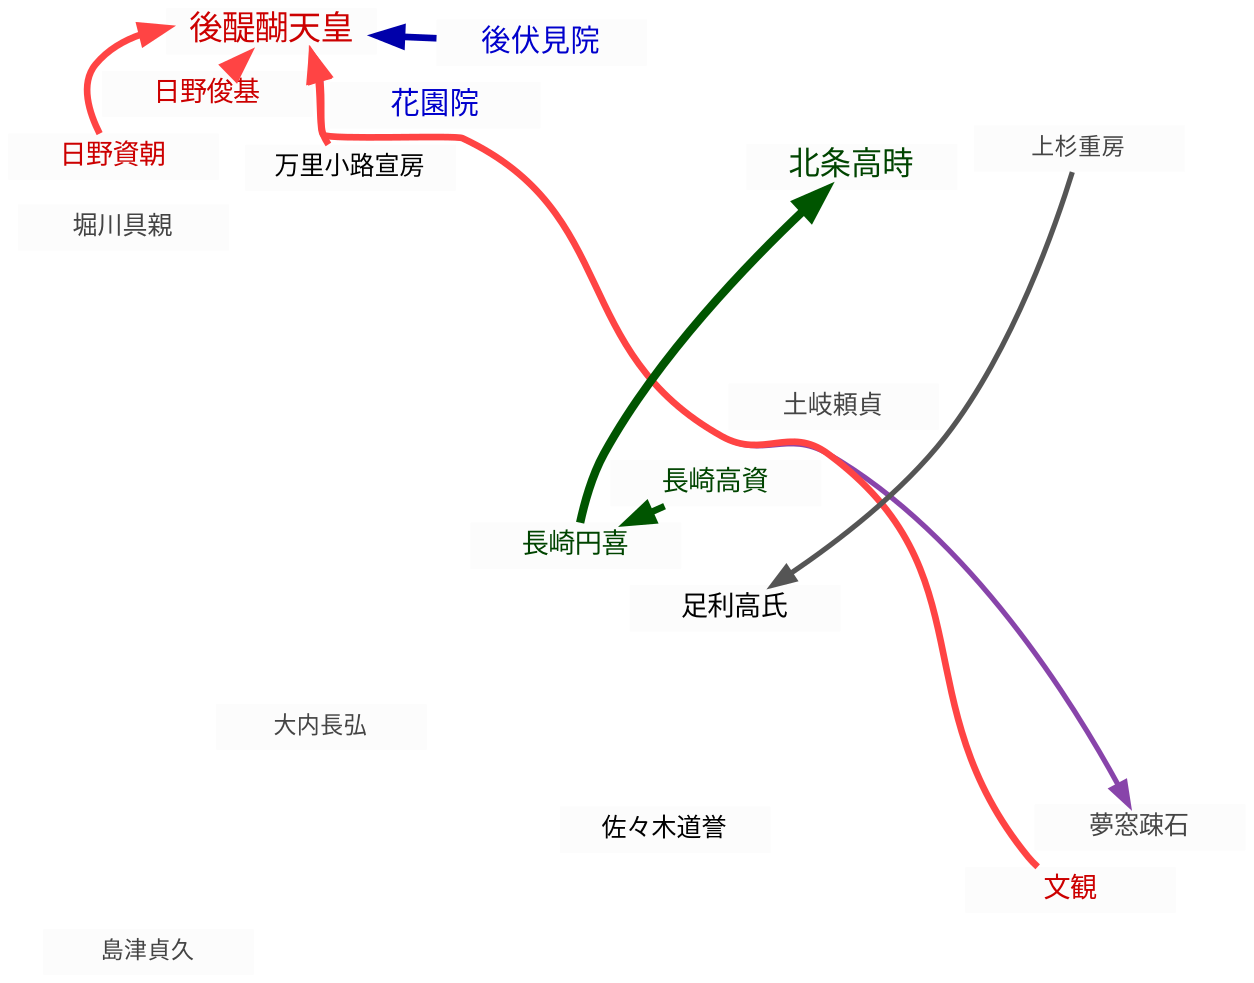
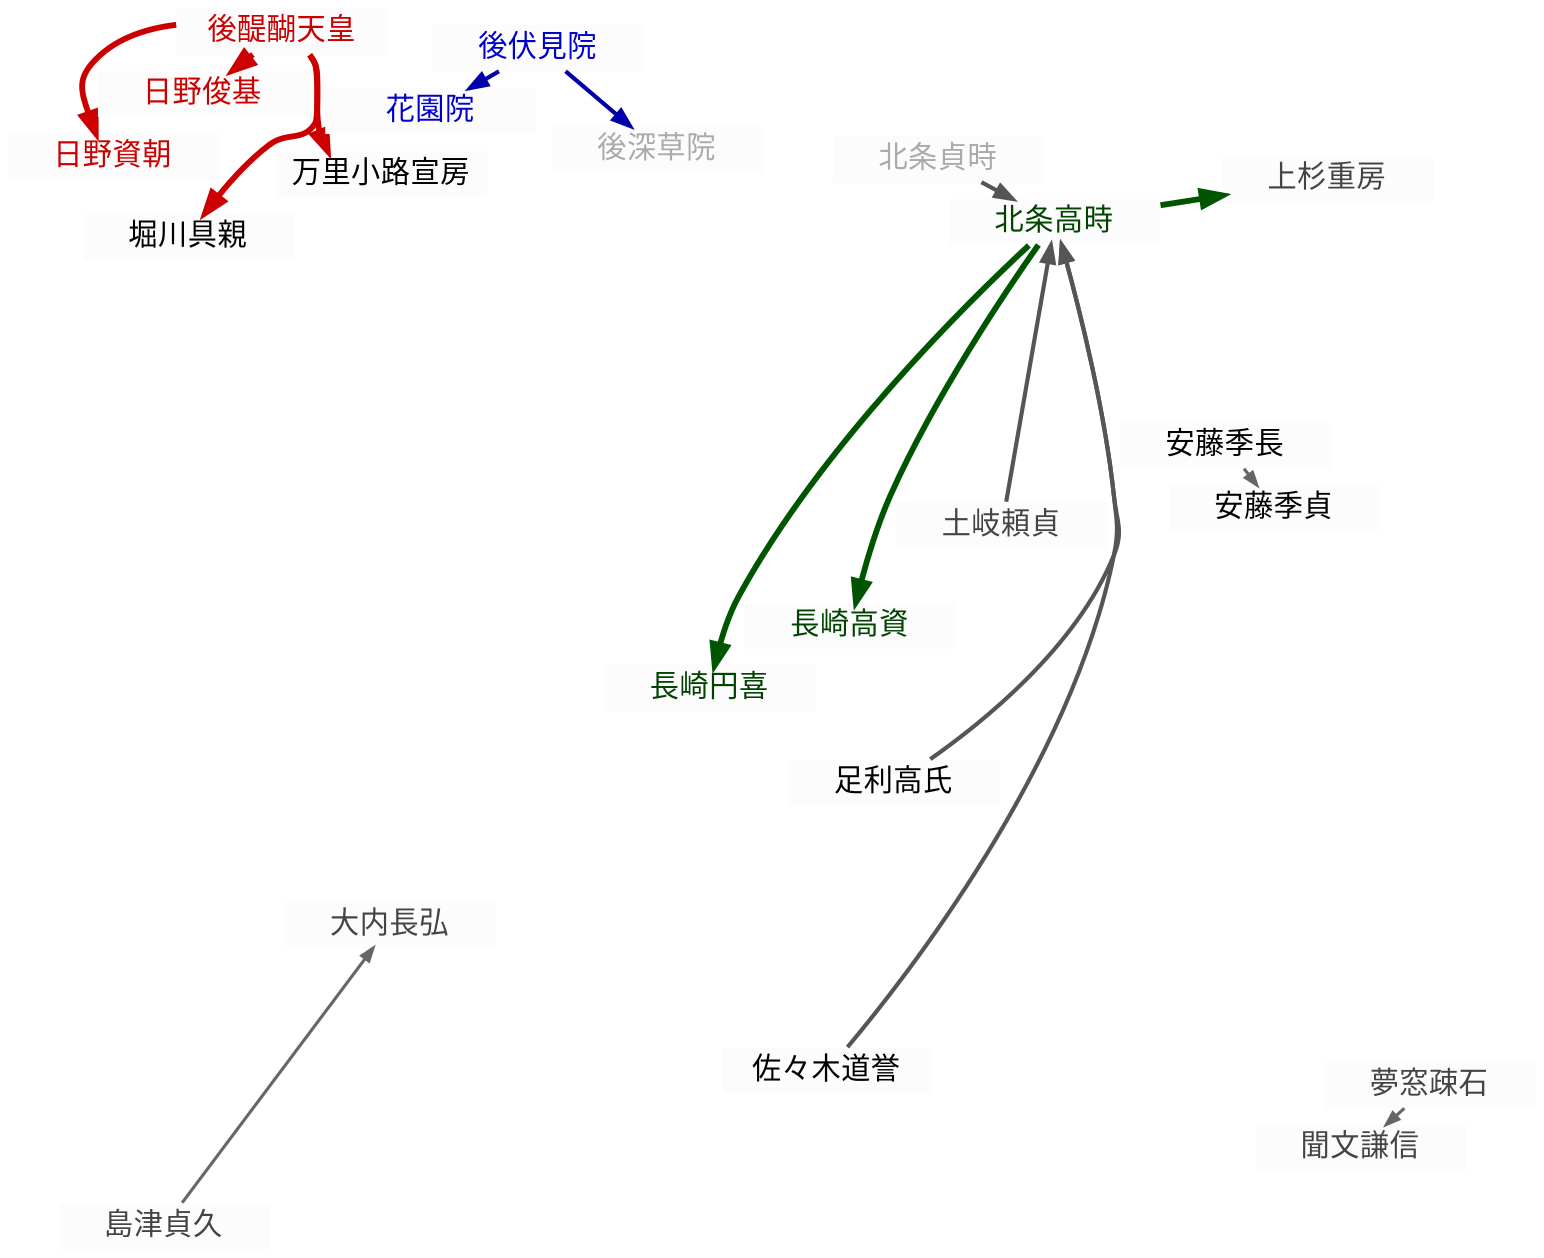
digraph timeline_1326_03 {
    # 1. 全体設定
    graph [
        charset = "UTF-8";
        layout = neato;
        overlap = false;
        sep = "+4";
        bgcolor = "#ffffff";
        splines = true;
    ];

    # 2. ノードデフォルト設定
    node [
        shape = box;
        style = "filled";
        fillcolor = "#fcfcfc";
        color = "#fcfcfc";
        penwidth = 0.1;
        fontname = "sans-serif";
        width = 1.4;
        height = 0.3;
        fixedsize = true;
    ];

    # 3. エッジデフォルト設定
    edge [
        dir = forward;
        arrowhead = normal;
        fontname = "sans-serif";
-         fontsize = 10;
    ];

-     # ==========================================
-     # 4. ノード定義 (1326_03時点の生存者)
-     # ==========================================
+     # 4. ノード定義
+     # 大覚寺統・討幕過激派
+     godaigo_tenno        [label="後醍醐天皇", pos="-4.82,6.44!", fontcolor="#cc0000", tooltip="大覚寺統。討幕を画策する。", URL="https://ja.wikipedia.org/wiki/後醍醐天皇", target="_blank"];
+     hino_suketomo        [label="日野資朝", pos="-5.88,5.62!", fontcolor="#cc0000", tooltip="討幕計画の主要人物。", URL="https://ja.wikipedia.org/wiki/日野資朝", target="_blank"];
+     hino_toshimoto       [label="日野俊基", pos="-5.41,5.94!", fontcolor="#cc0000", tooltip="討幕計画の主要人物。", URL="https://ja.wikipedia.org/wiki/日野俊基", target="_blank"];
+     madenokoji_nobufusa  [label="万里小路宣房", pos="-4.12,5.21!", fontcolor="#000000", tooltip="後醍醐の側近。", URL="https://ja.wikipedia.org/wiki/万里小路宣房", target="_blank"];
+     horikawa_tomochika   [label="堀川具親", pos="-5.15,4.85!", fontcolor="#000000", tooltip="公卿。", URL="https://ja.wikipedia.org/wiki/堀川具親", target="_blank"];

-     # --- 大覚寺統・討幕過激派 (fontcolor = "#cc0000") ---
-     godaigo_tenno        [label="後醍醐天皇", pos="-4.82,6.44!", fontcolor="#cc0000", fontsize=16, tooltip="大覚寺統の天皇。密かに討幕を計画。", URL="https://ja.wikipedia.org/wiki/後醍醐天皇", target="_blank"];
-     hino_suketomo        [label="日野資朝", pos="-5.88,5.62!", fontcolor="#cc0000", fontsize=13, tooltip="天皇の側近。無礼講を主宰し討幕を謀る。", URL="https://ja.wikipedia.org/wiki/日野資朝", target="_blank"];
-     hino_toshimoto       [label="日野俊基", pos="-5.41,5.94!", fontcolor="#cc0000", fontsize=13, tooltip="天皇の側近。資朝とともに討幕運動を推進。", URL="https://ja.wikipedia.org/wiki/日野俊基", target="_blank"];
-     monbun_kenshin       [label="文観", pos="5.82,-4.42!", fontcolor="#cc0000", fontsize=13, tooltip="醍醐寺の僧。真言密教を以て後醍醐を祈祷・調伏で支える。", URL="https://ja.wikipedia.org/wiki/文観", target="_blank"];
+     # 持明院統
+     gofushimi_in         [label="後伏見院", pos="-2.81,6.14!", fontcolor="#0000cc", tooltip="持明院統。幕府の支持を受ける。", URL="https://ja.wikipedia.org/wiki/後伏見天皇", target="_blank"];
+     hanazono_in          [label="花園院", pos="-3.24,5.88!", fontcolor="#0000cc", tooltip="持明院統。", URL="https://ja.wikipedia.org/wiki/花園天皇", target="_blank"];
+     gofukakusa_in        [label="後深草院", pos="-2.11,5.66!", fontcolor="#aaaaaa", tooltip="持明院統。", URL="https://ja.wikipedia.org/wiki/後深草天皇", target="_blank"];

-     # --- 持明院統 (fontcolor = "#0000cc") ---
-     gofushimi_in         [label="後伏見院", pos="-2.81,6.14!", fontcolor="#0000cc", fontsize=14, tooltip="持明院統の院。大覚寺統の動きを警戒。", URL="https://ja.wikipedia.org/wiki/後伏見天皇", target="_blank"];
-     hanazono_in          [label="花園院", pos="-3.24,5.88!", fontcolor="#0000cc", fontsize=14, tooltip="持明院統の院。政情不安を深く憂慮。", URL="https://ja.wikipedia.org/wiki/花園天皇", target="_blank"];
+     # 鎌倉幕府
+     hojo_takatoki        [label="北条高時", pos="2.41,4.89!", fontcolor="#004400", tooltip="鎌倉幕府得宗。", URL="https://ja.wikipedia.org/wiki/北条高時", target="_blank"];
+     hojo_sadatoki        [label="北条貞時", pos="1.98,5.12!", fontcolor="#aaaaaa", tooltip="鎌倉幕府得宗。", URL="https://ja.wikipedia.org/wiki/北条貞時", target="_blank"];
+     nagasaki_takasuke    [label="長崎高資", pos="0.24,0.48!", fontcolor="#004400", tooltip="鎌倉幕府内管領。", URL="https://ja.wikipedia.org/wiki/長崎高資", target="_blank"];
+     nagasaki_enki        [label="長崎円喜", pos="-0.12,0.32!", fontcolor="#004400", tooltip="鎌倉幕府内管領。", URL="https://ja.wikipedia.org/wiki/長崎円喜", target="_blank"];
+     uesugi_shigefusa     [label="上杉重房", pos="5.42,5.12!", fontcolor="#444444", tooltip="有力御家人。", URL="https://ja.wikipedia.org/wiki/上杉重房", target="_blank"];

-     # --- 鎌倉幕府中枢 (fontcolor = "#004400") ---
-     hojo_takatoki        [label="北条高時", pos="2.41,4.89!", fontcolor="#004400", fontsize=15, tooltip="鎌倉幕府第14代執権。得宗。", URL="https://ja.wikipedia.org/wiki/北条高時", target="_blank"];
-     nagasaki_enki        [label="長崎円喜", pos="-0.12,0.32!", fontcolor="#004400", fontsize=13, tooltip="得宗家内管領。実質的な幕政の最高権力者。", URL="https://ja.wikipedia.org/wiki/長崎円喜", target="_blank"];
-     nagasaki_takasuke    [label="長崎高資", pos="0.24,0.48!", fontcolor="#004400", fontsize=13, tooltip="円喜の子。内管領として権勢を振るう。", URL="https://ja.wikipedia.org/wiki/長崎高資", target="_blank"];
+     # 武士・その他
+     ando_suehisa         [label="安藤季長", pos="4.52,2.41!", fontcolor="#000000", tooltip="安藤氏の乱当事者。幕府へ上訴中。", URL="https://ja.wikipedia.org/wiki/安藤氏_(鎌倉時代)", target="_blank"];
+     ando_suesada         [label="安藤季貞", pos="4.88,1.95!", fontcolor="#000000", tooltip="安藤氏の乱当事者。幕府へ上訴中。", URL="https://ja.wikipedia.org/wiki/安藤氏_(鎌倉時代)", target="_blank"];
+     ashikaga_takauji     [label="足利高氏", pos="1.15,-0.85!", fontcolor="#000000", tooltip="鎌倉幕府の有力御家人。", URL="https://ja.wikipedia.org/wiki/足利尊氏", target="_blank"];
+     sasaki_doyo          [label="佐々木道誉", pos="0.68,-3.62!", fontcolor="#000000", tooltip="幕府の有力御家人。", URL="https://ja.wikipedia.org/wiki/佐々木道誉", target="_blank"];
+     toki_yorisada        [label="土岐頼貞", pos="2.12,1.65!", fontcolor="#444444", tooltip="有力武士。", URL="https://ja.wikipedia.org/wiki/土岐頼貞", target="_blank"];
+     shimazu_sadahisa     [label="島津貞久", pos="-5.72,-5.12!", fontcolor="#444444", tooltip="有力武士。", URL="https://ja.wikipedia.org/wiki/島津貞久", target="_blank"];
+     ouchi_nagahiro       [label="大内長弘", pos="-3.45,-2.12!", fontcolor="#444444", tooltip="有力武士。", URL="https://ja.wikipedia.org/wiki/大内長弘", target="_blank"];
+     muso_soseki          [label="夢窓疎石", pos="6.45,-3.85!", fontcolor="#444444", tooltip="禅僧。", URL="https://ja.wikipedia.org/wiki/夢窓疎石", target="_blank"];
+     monbun_kenshin       [label="聞文謙信", pos="5.82,-4.42!", fontcolor="#444444", tooltip="僧侶。", URL="https://ja.wikipedia.org/wiki/聞文謙信", target="_blank"];

-     # --- 主要実務派・主要武士 (fontcolor = "#000000") ---
-     madenokoji_nobufusa  [label="万里小路宣房", pos="-4.12,5.21!", fontcolor="#000000", fontsize=12, tooltip="後醍醐天皇の側近。実務派公卿。", URL="https://ja.wikipedia.org/wiki/万里小路宣房", target="_blank"];
-     ashikaga_takauji     [label="足利高氏", pos="1.15,-0.85!", fontcolor="#000000", fontsize=13, tooltip="足利宗家嫡男。後の足利尊氏。動向を注視。", URL="https://ja.wikipedia.org/wiki/足利尊氏", target="_blank"];
-     sasaki_doyo          [label="佐々木道誉", pos="0.68,-3.62!", fontcolor="#000000", fontsize=12, tooltip="近江の有力御家人。ばさら大名の片鱗。", URL="https://ja.wikipedia.org/wiki/佐々木道誉", target="_blank"];
+     # 5. エッジ定義
+     # 重要度：太（指令・統制）
+     edge [penwidth=2.8, arrowsize=1.0, color="#cc0000"];
+     godaigo_tenno -> hino_suketomo [tooltip="討幕計画の指令。"];
+     godaigo_tenno -> hino_toshimoto [tooltip="討幕計画の指令。"];
+     godaigo_tenno -> madenokoji_nobufusa [tooltip="後醍醐の側近。"];
+     godaigo_tenno -> horikawa_tomochika [tooltip="宮方の公卿。"];

-     # --- 諸国武士・周辺・文化宗教 (fontcolor = "#444444") ---
-     horikawa_tomochika   [label="堀川具親", pos="-5.15,4.85!", fontcolor="#444444", fontsize=12, tooltip="公卿。正中の変に関与し処分される。", URL="https://ja.wikipedia.org/wiki/堀川具親", target="_blank"];
-     toki_yorisada        [label="土岐頼貞", pos="2.12,1.65!", fontcolor="#444444", fontsize=12, tooltip="美濃守護。一族が正中の変に関与。", URL="https://ja.wikipedia.org/wiki/土岐頼貞", target="_blank"];
-     shimazu_sadahisa     [label="島津貞久", pos="-5.72,-5.12!", fontcolor="#444444", fontsize=11, tooltip="薩摩の有力御家人。", URL="https://ja.wikipedia.org/wiki/島津貞久", target="_blank"];
-     ouchi_nagahiro       [label="大内長弘", pos="-3.45,-2.12!", fontcolor="#444444", fontsize=11, tooltip="周防の武士。", URL="https://ja.wikipedia.org/wiki/大内長弘", target="_blank"];
-     muso_soseki          [label="夢窓疎石", pos="6.45,-3.85!", fontcolor="#444444", fontsize=12, tooltip="高徳の禅僧。後醍醐天皇や幕府から帰依を受ける。", URL="https://ja.wikipedia.org/wiki/夢窓疎石", target="_blank"];
-     uesugi_shigefusa     [label="上杉重房", pos="5.42,5.12!", fontcolor="#444444", fontsize=11, tooltip="足利氏に仕える宿老。", URL="https://ja.wikipedia.org/wiki/上杉重房", target="_blank"];
+     edge [color="#005500"];
+     hojo_takatoki -> nagasaki_takasuke [tooltip="幕府の支配体制。"];
+     hojo_takatoki -> nagasaki_enki [tooltip="幕府の支配体制。"];
+     hojo_takatoki -> uesugi_shigefusa [tooltip="鎌倉幕府の有力御家人。"];

-     # ==========================================
-     # 5. エッジ定義
-     # ==========================================
+     # 重要度：中（連帯・君臣）
+     edge [penwidth=2.0, arrowsize=0.8, color="#555555"];
+     hojo_sadatoki -> hojo_takatoki [tooltip="得宗家嫡流。"];
+     ashikaga_takauji -> hojo_takatoki [tooltip="将軍への忠誠。"];
+     sasaki_doyo -> hojo_takatoki [tooltip="幕府御家人としての関係。"];
+     toki_yorisada -> hojo_takatoki [tooltip="有力武士。"];

-     # 【重要度：太】中枢の支配
-     nagasaki_enki -> hojo_takatoki [penwidth=4.0, arrowsize=1.4, color="#005500", tooltip="内管領として得宗高時を圧倒的に主導（後見・主導）"];
+     edge [color="#0000aa"];
+     gofushimi_in -> hanazono_in [tooltip="持明院統の連携。"];
+     gofushimi_in -> gofukakusa_in [tooltip="持明院統の先祖。"];

-     # 【重要度：中】主従関係・対立
-     hino_suketomo -> godaigo_tenno [penwidth=3.2, arrowsize=1.2, color="#ff4444", tooltip="無礼講などを通じて天皇の討幕意志に同心（討幕密議）"];
-     hino_toshimoto -> godaigo_tenno [penwidth=3.2, arrowsize=1.2, color="#ff4444", tooltip="資朝とともに討幕のネットワークを画策（討幕密議）"];
-     madenokoji_nobufusa -> godaigo_tenno [penwidth=3.2, arrowsize=1.2, color="#ff4444", tooltip="側近（後醍醐の「後の三房」の一人）として実務面から朝政を支える（君臣・側近）"];
-     monbun_kenshin -> godaigo_tenno [penwidth=3.2, arrowsize=1.2, color="#ff4444", tooltip="真言密教による調伏・祈祷で後醍醐を精神的・謀略的に支援（討幕祈祷）"];
-     nagasaki_takasuke -> nagasaki_enki [penwidth=3.2, arrowsize=1.2, color="#005500", tooltip="父子で得宗家および幕府の実権を掌握（共同幕政）"];
-     gofushimi_in -> godaigo_tenno [penwidth=3.2, arrowsize=1.2, color="#0000aa", tooltip="皇位継承を巡り、大覚寺統の後醍醐天皇の動向を激しく警戒（持明院統による警戒）"];
- 
-     # 【重要度：細】間接的な関与
-     godaigo_tenno -> muso_soseki [penwidth=2.5, arrowsize=1.0, color="#8844aa", tooltip="優れた禅僧として宮廷に召し出すなど深く信頼（帰依・召聘）"];
-     uesugi_shigefusa -> ashikaga_takauji [penwidth=2.5, arrowsize=1.0, color="#555555", tooltip="足利宗家に仕え、一族を支える土台となる（内臣・宿老）"];
+     # 重要度：細（一門・周辺連携）
+     edge [penwidth=1.5, arrowsize=0.6, color="#666666"];
+     ando_suehisa -> ando_suesada [tooltip="安藤氏一門。"];
+     muso_soseki -> monbun_kenshin [tooltip="禅僧と僧侶。"];
+     shimazu_sadahisa -> ouchi_nagahiro [tooltip="諸国の有力武士。"];
}